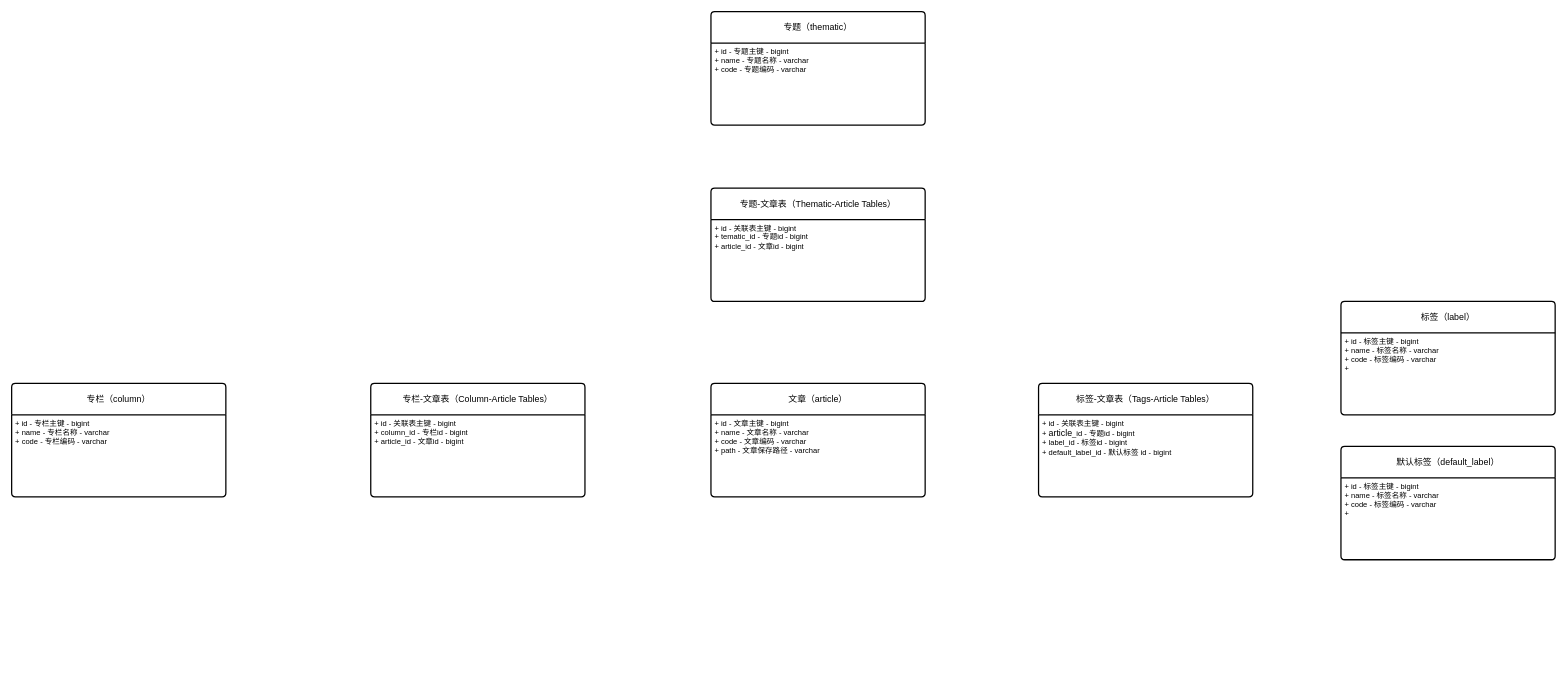
Earlier version of the draw.io diagram mspaint/blog.drawio (D1isney/notes). Source tidied: cells renumbered, new cells numbered last; positions are measured from the earlier drawing's top-left corner, leaving out a move shared by most shapes. Both pictures are drawn from the tidied source at 63%, with x=0, y=0 at pixel (11, 11).
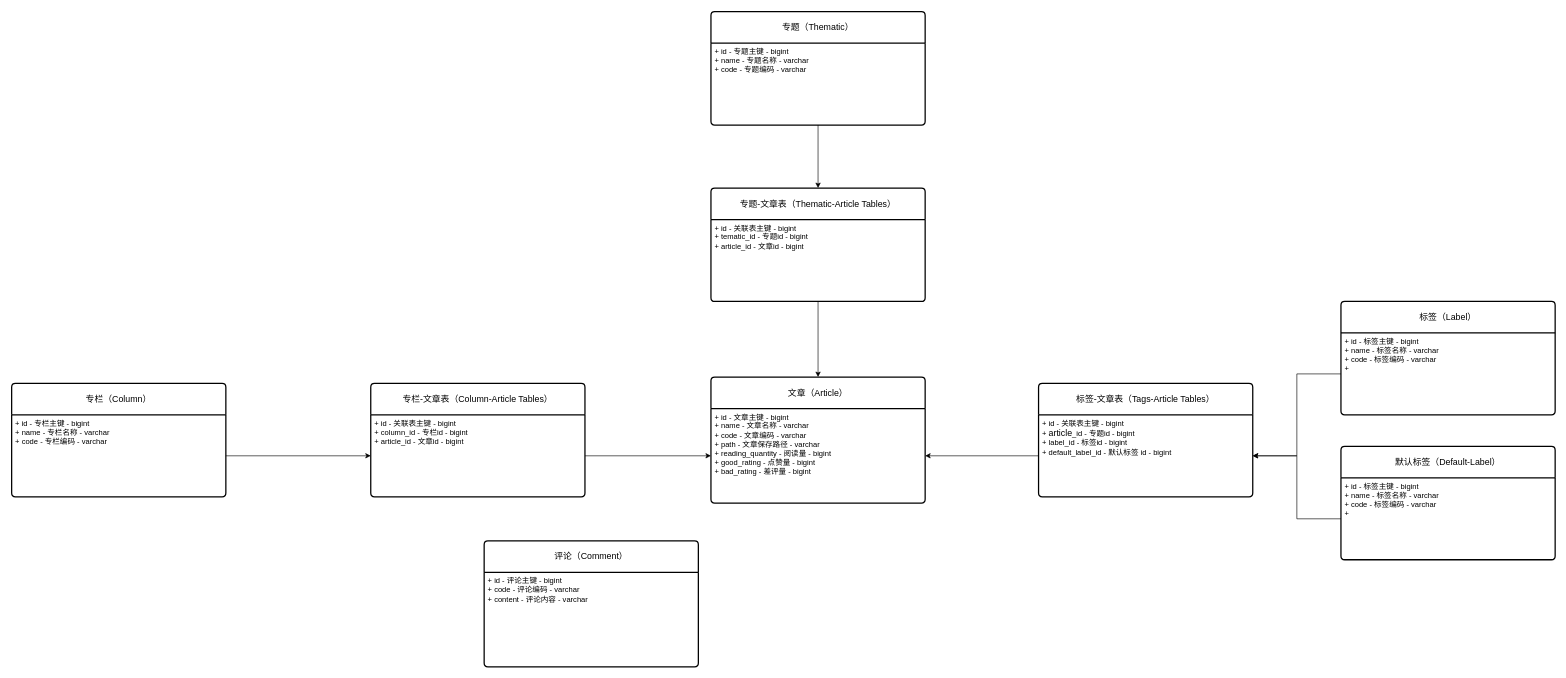
Above is the later version.

Unchanged cells that the change refers to:
```xml
<mxCell id="3" value="+ id - 专题主键 - bigint&lt;br&gt;+ name - 专题名称 - varchar&lt;br&gt;+ code - 专题编码 - varchar" style="align=left;strokeColor=none;fillColor=none;spacingLeft=4;spacingRight=4;fontSize=12;verticalAlign=top;html=1;whiteSpace=wrap;" parent="2" vertex="1">
  <mxGeometry y="50" width="340" height="130" as="geometry" />
</mxCell>
<mxCell id="5" value="+ id - 标签主键 - bigint&lt;br&gt;+ name - 标签名称 - varchar&lt;br&gt;+ code - 标签编码 - varchar&lt;div&gt;+&amp;nbsp;&lt;/div&gt;" style="align=left;strokeColor=none;fillColor=none;spacingLeft=4;spacingRight=4;fontSize=12;verticalAlign=top;html=1;whiteSpace=wrap;" parent="4" vertex="1">
  <mxGeometry y="50" width="340" height="130" as="geometry" />
</mxCell>
<mxCell id="7" value="+ id - 关联表主键 - bigint&lt;div&gt;+ &lt;font face=&quot;微软雅黑&quot;&gt;&lt;span style=&quot;font-size: 14px; white-space-collapse: preserve;&quot;&gt;article&lt;/span&gt;&lt;/font&gt;_id - 专题id - bigint&lt;/div&gt;&lt;div&gt;+ label_id - 标签id - bigint&lt;/div&gt;&lt;div&gt;+ default_label_id - 默认标签 id - bigint&lt;/div&gt;" style="align=left;strokeColor=none;fillColor=none;spacingLeft=4;spacingRight=4;fontSize=12;verticalAlign=top;html=1;whiteSpace=wrap;" parent="6" vertex="1">
  <mxGeometry y="50" width="340" height="130" as="geometry" />
</mxCell>
<mxCell id="9" value="+ id - 标签主键 - bigint&lt;br&gt;+ name - 标签名称 - varchar&lt;br&gt;+ code - 标签编码 - varchar&lt;div&gt;+&amp;nbsp;&lt;/div&gt;" style="align=left;strokeColor=none;fillColor=none;spacingLeft=4;spacingRight=4;fontSize=12;verticalAlign=top;html=1;whiteSpace=wrap;" parent="8" vertex="1">
  <mxGeometry y="50" width="340" height="130" as="geometry" />
</mxCell>
<mxCell id="12" value="专题-文章表（T&lt;span style=&quot;font-family: 微软雅黑; text-align: start; white-space-collapse: preserve;&quot;&gt;hematic-Article Tables&lt;/span&gt;）" style="swimlane;horizontal=1;startSize=50;rounded=1;fontSize=14;fontStyle=0;strokeWidth=2;shadow=0;dashed=0;align=center;arcSize=4;whiteSpace=wrap;html=1;" parent="1" vertex="1">
  <mxGeometry x="1110" y="280" width="340" height="180" as="geometry" />
</mxCell>
<mxCell id="13" value="+ id - 关联表主键 - bigint&lt;br&gt;+ tematic_id - 专题id - bigint&lt;div&gt;+ article_id - 文章id - bigint&lt;/div&gt;" style="align=left;strokeColor=none;fillColor=none;spacingLeft=4;spacingRight=4;fontSize=12;verticalAlign=top;html=1;whiteSpace=wrap;" parent="12" vertex="1">
  <mxGeometry y="50" width="340" height="130" as="geometry" />
</mxCell>
<mxCell id="15" value="+ id - 关联表主键 - bigint&lt;br&gt;+ column_id - 专栏id - bigint&lt;br&gt;+ article_id - 文章id - bigint" style="align=left;strokeColor=none;fillColor=none;spacingLeft=4;spacingRight=4;fontSize=12;verticalAlign=top;html=1;whiteSpace=wrap;" parent="14" vertex="1">
  <mxGeometry y="50" width="340" height="130" as="geometry" />
</mxCell>
<mxCell id="17" value="+ id - 专栏主键 - bigint&lt;br&gt;+ name - 专栏名称 - varchar&lt;br&gt;+ code - 专栏编码 - varchar" style="align=left;strokeColor=none;fillColor=none;spacingLeft=4;spacingRight=4;fontSize=12;verticalAlign=top;html=1;whiteSpace=wrap;" parent="16" vertex="1">
  <mxGeometry y="50" width="340" height="130" as="geometry" />
</mxCell>
```

Change to the diagram source:
```diff
@@
-    <mxCell id="2" value="专题（&lt;span style=&quot;font-family: 微软雅黑; text-align: start; white-space-collapse: preserve;&quot;&gt;thematic&lt;/span&gt;）" style="swimlane;horizontal=1;startSize=50;rounded=1;fontSize=14;fontStyle=0;strokeWidth=2;shadow=0;dashed=0;align=center;arcSize=4;whiteSpace=wrap;html=1;" parent="1" vertex="1">
+    <mxCell id="2" value="专题（T&lt;span style=&quot;font-family: 微软雅黑; text-align: start; white-space-collapse: preserve;&quot;&gt;hematic&lt;/span&gt;）" style="swimlane;horizontal=1;startSize=50;rounded=1;fontSize=14;fontStyle=0;strokeWidth=2;shadow=0;dashed=0;align=center;arcSize=4;whiteSpace=wrap;html=1;" parent="1" vertex="1">
       <mxGeometry x="1110" width="340" height="180" as="geometry" />
     </mxCell>
@@
-    <mxCell id="4" value="标签（&lt;span style=&quot;font-family: 微软雅黑; text-align: start; white-space-collapse: preserve;&quot;&gt;label&lt;/span&gt;）" style="swimlane;horizontal=1;startSize=50;rounded=1;fontSize=14;fontStyle=0;strokeWidth=2;shadow=0;dashed=0;align=center;arcSize=4;whiteSpace=wrap;html=1;" parent="1" vertex="1">
+    <mxCell id="4" value="标签（L&lt;span style=&quot;font-family: 微软雅黑; text-align: start; white-space-collapse: preserve;&quot;&gt;abel&lt;/span&gt;）" style="swimlane;horizontal=1;startSize=50;rounded=1;fontSize=14;fontStyle=0;strokeWidth=2;shadow=0;dashed=0;align=center;arcSize=4;whiteSpace=wrap;html=1;" parent="1" vertex="1">
       <mxGeometry x="2110" y="460" width="340" height="180" as="geometry" />
     </mxCell>
@@
-    <mxCell id="8" value="默认标签（&lt;span style=&quot;font-family: 微软雅黑; text-align: start; white-space-collapse: preserve;&quot;&gt;default_&lt;/span&gt;&lt;span style=&quot;font-family: 微软雅黑; text-align: start; white-space-collapse: preserve;&quot;&gt;label&lt;/span&gt;）" style="swimlane;horizontal=1;startSize=50;rounded=1;fontSize=14;fontStyle=0;strokeWidth=2;shadow=0;dashed=0;align=center;arcSize=4;whiteSpace=wrap;html=1;" parent="1" vertex="1">
+    <mxCell id="8" value="默认标签（D&lt;span style=&quot;font-family: 微软雅黑; text-align: start; white-space-collapse: preserve;&quot;&gt;efault-L&lt;/span&gt;&lt;span style=&quot;font-family: 微软雅黑; text-align: start; white-space-collapse: preserve;&quot;&gt;abel&lt;/span&gt;）" style="swimlane;horizontal=1;startSize=50;rounded=1;fontSize=14;fontStyle=0;strokeWidth=2;shadow=0;dashed=0;align=center;arcSize=4;whiteSpace=wrap;html=1;" parent="1" vertex="1">
       <mxGeometry x="2110" y="690" width="340" height="180" as="geometry" />
     </mxCell>
@@
-    <mxCell id="10" value="文章（&lt;span style=&quot;font-family: 微软雅黑; text-align: start; white-space-collapse: preserve;&quot;&gt;article&lt;/span&gt;）" style="swimlane;horizontal=1;startSize=50;rounded=1;fontSize=14;fontStyle=0;strokeWidth=2;shadow=0;dashed=0;align=center;arcSize=4;whiteSpace=wrap;html=1;" parent="1" vertex="1">
-      <mxGeometry x="1110" y="590" width="340" height="180" as="geometry" />
+    <mxCell id="10" value="文章（A&lt;span style=&quot;font-family: 微软雅黑; text-align: start; white-space-collapse: preserve;&quot;&gt;rticle&lt;/span&gt;）" style="swimlane;horizontal=1;startSize=50;rounded=1;fontSize=14;fontStyle=0;strokeWidth=2;shadow=0;dashed=0;align=center;arcSize=4;whiteSpace=wrap;html=1;" parent="1" vertex="1">
+      <mxGeometry x="1110" y="580" width="340" height="200" as="geometry" />
     </mxCell>
-    <mxCell id="11" value="+ id - 文章主键 - bigint&lt;br&gt;+ name - 文章名称 - varchar&lt;br&gt;+ code - 文章编码 - varchar&lt;div&gt;+ path - 文章保存路径 - varchar&lt;/div&gt;" style="align=left;strokeColor=none;fillColor=none;spacingLeft=4;spacingRight=4;fontSize=12;verticalAlign=top;html=1;whiteSpace=wrap;" parent="10" vertex="1">
-      <mxGeometry y="50" width="340" height="130" as="geometry" />
+    <mxCell id="11" value="+ id - 文章主键 - bigint&lt;br&gt;+ name - 文章名称 - varchar&lt;br&gt;+ code - 文章编码 - varchar&lt;div&gt;+ path - 文章保存路径 - varchar&lt;/div&gt;&lt;div&gt;+ reading_quantity - 阅读量 - bigint&lt;/div&gt;&lt;div&gt;+ good_rating - 点赞量 - bigint&lt;/div&gt;&lt;div&gt;+ bad_rating - 差评量 - bigint&lt;/div&gt;" style="align=left;strokeColor=none;fillColor=none;spacingLeft=4;spacingRight=4;fontSize=12;verticalAlign=top;html=1;whiteSpace=wrap;" parent="10" vertex="1">
+      <mxGeometry y="50" width="340" height="150" as="geometry" />
     </mxCell>
@@
-    <mxCell id="16" value="专栏（&lt;span style=&quot;font-family: 微软雅黑; text-align: start; white-space-collapse: preserve;&quot;&gt;column&lt;/span&gt;）" style="swimlane;horizontal=1;startSize=50;rounded=1;fontSize=14;fontStyle=0;strokeWidth=2;shadow=0;dashed=0;align=center;arcSize=4;whiteSpace=wrap;html=1;" parent="1" vertex="1">
+    <mxCell id="16" value="专栏（C&lt;span style=&quot;font-family: 微软雅黑; text-align: start; white-space-collapse: preserve;&quot;&gt;olumn&lt;/span&gt;）" style="swimlane;horizontal=1;startSize=50;rounded=1;fontSize=14;fontStyle=0;strokeWidth=2;shadow=0;dashed=0;align=center;arcSize=4;whiteSpace=wrap;html=1;" parent="1" vertex="1">
       <mxGeometry y="590" width="340" height="180" as="geometry" />
     </mxCell>
@@
+    <mxCell id="18" style="edgeStyle=orthogonalEdgeStyle;rounded=0;jettySize=auto;html=1;exitX=0.5;exitY=1;exitDx=0;exitDy=0;entryX=0.5;entryY=0;entryDx=0;entryDy=0;" parent="1" edge="1" source="13" target="10">
+      <mxGeometry relative="1" as="geometry" />
+    </mxCell>
+    <mxCell id="19" style="edgeStyle=orthogonalEdgeStyle;rounded=0;jettySize=auto;html=1;exitX=0;exitY=0.5;exitDx=0;exitDy=0;entryX=1;entryY=0.5;entryDx=0;entryDy=0;" parent="1" edge="1" source="7" target="11">
+      <mxGeometry relative="1" as="geometry" />
+    </mxCell>
+    <mxCell id="20" style="edgeStyle=orthogonalEdgeStyle;rounded=0;jettySize=auto;html=1;exitX=1;exitY=0.5;exitDx=0;exitDy=0;entryX=0;entryY=0.5;entryDx=0;entryDy=0;" parent="1" edge="1" source="15" target="11">
+      <mxGeometry relative="1" as="geometry" />
+    </mxCell>
+    <mxCell id="21" style="edgeStyle=orthogonalEdgeStyle;rounded=0;jettySize=auto;html=1;exitX=0.5;exitY=1;exitDx=0;exitDy=0;" parent="1" edge="1" source="3" target="12">
+      <mxGeometry relative="1" as="geometry" />
+    </mxCell>
+    <mxCell id="22" style="edgeStyle=orthogonalEdgeStyle;rounded=0;jettySize=auto;html=1;exitX=0;exitY=0.5;exitDx=0;exitDy=0;entryX=1;entryY=0.5;entryDx=0;entryDy=0;" parent="1" edge="1" source="5" target="7">
+      <mxGeometry relative="1" as="geometry" />
+    </mxCell>
+    <mxCell id="23" style="edgeStyle=orthogonalEdgeStyle;rounded=0;jettySize=auto;html=1;exitX=0;exitY=0.5;exitDx=0;exitDy=0;entryX=1;entryY=0.5;entryDx=0;entryDy=0;" parent="1" edge="1" source="9" target="7">
+      <mxGeometry relative="1" as="geometry" />
+    </mxCell>
+    <mxCell id="24" style="edgeStyle=orthogonalEdgeStyle;rounded=0;jettySize=auto;html=1;exitX=1;exitY=0.5;exitDx=0;exitDy=0;" parent="1" edge="1" source="17" target="15">
+      <mxGeometry relative="1" as="geometry" />
+    </mxCell>
+    <mxCell id="25" value="&lt;div style=&quot;text-align: start;&quot;&gt;评论（Comment）&lt;/div&gt;" style="swimlane;horizontal=1;startSize=50;rounded=1;fontSize=14;fontStyle=0;strokeWidth=2;shadow=0;dashed=0;align=center;arcSize=4;whiteSpace=wrap;html=1;" parent="1" vertex="1">
+      <mxGeometry x="750" y="840" width="340" height="200" as="geometry" />
+    </mxCell>
+    <mxCell id="26" value="+ id - 评论主键 - bigint&lt;div&gt;+ code - 评论编码 - varchar&lt;/div&gt;&lt;div&gt;+ content - 评论内容 - varchar&lt;/div&gt;&lt;div&gt;&lt;br&gt;&lt;/div&gt;" style="align=left;strokeColor=none;fillColor=none;spacingLeft=4;spacingRight=4;fontSize=12;verticalAlign=top;html=1;whiteSpace=wrap;" parent="25" vertex="1">
+      <mxGeometry y="50" width="340" height="150" as="geometry" />
+    </mxCell>
```
